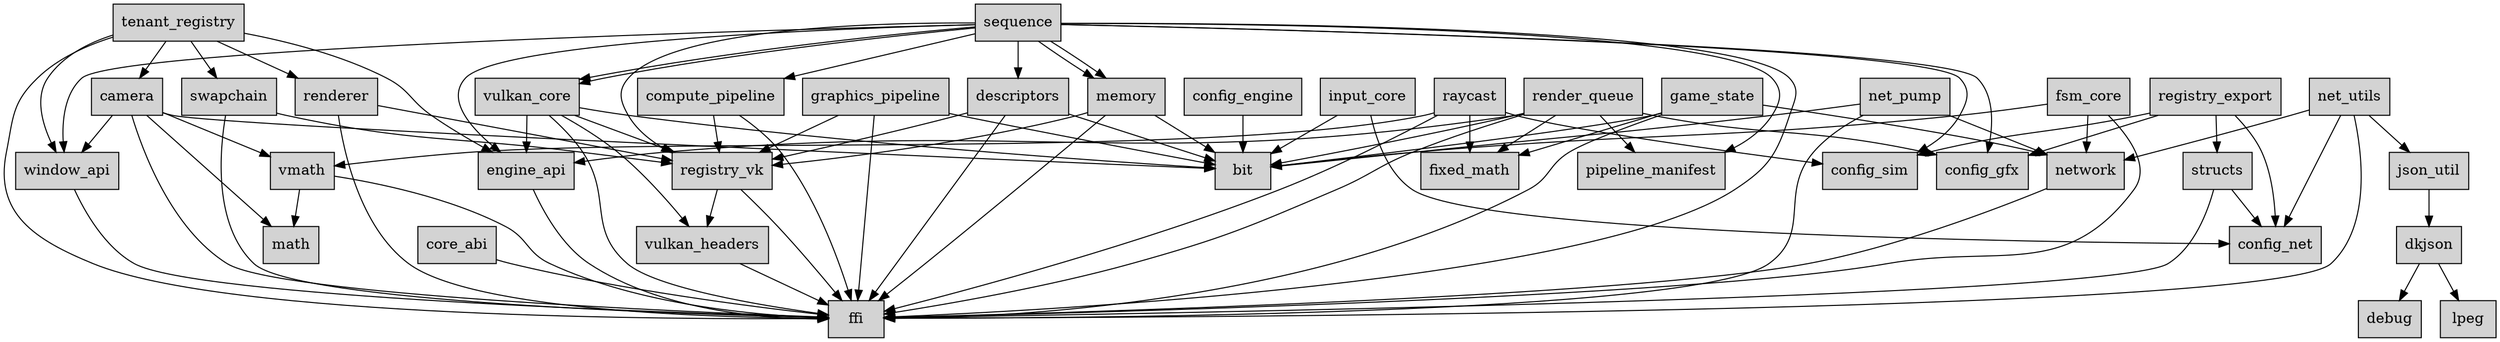
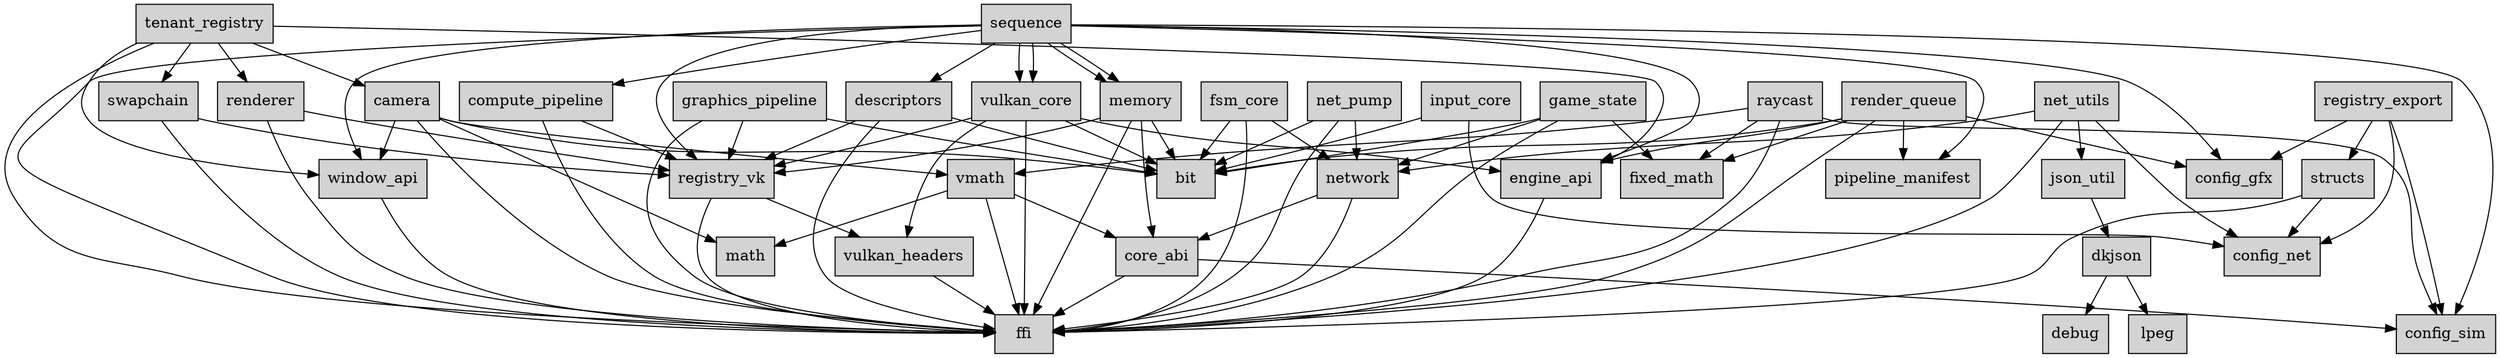
digraph WeaverEngine {
  node [shape=box, style=filled, fillcolor=lightgray];
  "json_util" -> "dkjson";
-   "game_state" -> "ffi";
-   "game_state" -> "bit";
-   "game_state" -> "network";
-   "game_state" -> "fixed_math";
-   "config_net";
-   "renderer" -> "ffi";
-   "renderer" -> "registry_vk";
-   "pipeline_manifest";
+   "structs" -> "ffi";
+   "structs" -> "config_net";
+   "compute_pipeline" -> "ffi";
+   "compute_pipeline" -> "registry_vk";
+   "config_sim";
+   "config_gfx";
+   "vulkan_headers" -> "ffi";
+   "vmath" -> "ffi";
+   "vmath" -> "math";
+   "vmath" -> "core_abi";
+   "input_core" -> "bit";
+   "input_core" -> "config_net";
+   "graphics_pipeline" -> "ffi";
+   "graphics_pipeline" -> "bit";
+   "graphics_pipeline" -> "registry_vk";
+   "swapchain" -> "ffi";
+   "swapchain" -> "registry_vk";
+   "registry_export" -> "structs";
+   "registry_export" -> "config_gfx";
+   "registry_export" -> "config_sim";
+   "registry_export" -> "config_net";
+   "engine_api" -> "ffi";
  "raycast" -> "ffi";
  "raycast" -> "vmath";
  "raycast" -> "fixed_math";
  "raycast" -> "config_sim";
-   "network" -> "ffi";
+   "fsm_core" -> "network";
+   "fsm_core" -> "bit";
+   "fsm_core" -> "ffi";
  "net_pump" -> "ffi";
  "net_pump" -> "bit";
  "net_pump" -> "network";
-   "compute_pipeline" -> "ffi";
-   "compute_pipeline" -> "registry_vk";
-   "input_core" -> "bit";
-   "input_core" -> "config_net";
-   "registry_vk" -> "ffi";
-   "registry_vk" -> "vulkan_headers";
-   "vulkan_core" -> "ffi";
-   "vulkan_core" -> "bit";
-   "vulkan_core" -> "vulkan_headers";
-   "vulkan_core" -> "registry_vk";
-   "vulkan_core" -> "engine_api";
-   "core_abi" -> "ffi";
-   "descriptors" -> "ffi";
-   "descriptors" -> "bit";
-   "descriptors" -> "registry_vk";
-   "swapchain" -> "ffi";
-   "swapchain" -> "registry_vk";
-   "graphics_pipeline" -> "ffi";
-   "graphics_pipeline" -> "bit";
-   "graphics_pipeline" -> "registry_vk";
-   "camera" -> "ffi";
-   "camera" -> "math";
-   "camera" -> "bit";
-   "camera" -> "vmath";
-   "camera" -> "window_api";
-   "config_gfx";
-   "dkjson" -> "debug";
-   "dkjson" -> "lpeg";
-   "structs" -> "ffi";
-   "structs" -> "config_net";
-   "window_api" -> "ffi";
-   "config_engine" -> "bit";
  "sequence" -> "ffi";
  "sequence" -> "registry_vk";
  "sequence" -> "pipeline_manifest";
  "sequence" -> "window_api";
  "sequence" -> "engine_api";
  "sequence" -> "config_gfx";
  "sequence" -> "config_sim";
  "sequence" -> "vulkan_core";
  "sequence" -> "vulkan_core";
  "sequence" -> "memory";
  "sequence" -> "descriptors";
  "sequence" -> "memory";
  "sequence" -> "compute_pipeline";
-   "memory" -> "ffi";
-   "memory" -> "bit";
-   "memory" -> "registry_vk";
-   "config_sim";
-   "fsm_core" -> "network";
-   "fsm_core" -> "bit";
-   "fsm_core" -> "ffi";
  "net_utils" -> "ffi";
  "net_utils" -> "json_util";
  "net_utils" -> "config_net";
  "net_utils" -> "network";
-   "registry_export" -> "structs";
-   "registry_export" -> "config_gfx";
-   "registry_export" -> "config_sim";
-   "registry_export" -> "config_net";
+   "camera" -> "ffi";
+   "camera" -> "math";
+   "camera" -> "bit";
+   "camera" -> "vmath";
+   "camera" -> "window_api";
  "fixed_math";
-   "vulkan_headers" -> "ffi";
-   "vmath" -> "ffi";
-   "vmath" -> "math";
-   "engine_api" -> "ffi";
+   "pipeline_manifest";
+   "renderer" -> "ffi";
+   "renderer" -> "registry_vk";
  "tenant_registry" -> "ffi";
  "tenant_registry" -> "window_api";
  "tenant_registry" -> "engine_api";
  "tenant_registry" -> "swapchain";
  "tenant_registry" -> "renderer";
  "tenant_registry" -> "camera";
+   "descriptors" -> "ffi";
+   "descriptors" -> "bit";
+   "descriptors" -> "registry_vk";
+   "registry_vk" -> "ffi";
+   "registry_vk" -> "vulkan_headers";
+   "game_state" -> "ffi";
+   "game_state" -> "bit";
+   "game_state" -> "network";
+   "game_state" -> "fixed_math";
+   "vulkan_core" -> "ffi";
+   "vulkan_core" -> "bit";
+   "vulkan_core" -> "vulkan_headers";
+   "vulkan_core" -> "registry_vk";
+   "vulkan_core" -> "engine_api";
+   "memory" -> "ffi";
+   "memory" -> "bit";
+   "memory" -> "core_abi";
+   "memory" -> "registry_vk";
  "render_queue" -> "ffi";
  "render_queue" -> "pipeline_manifest";
  "render_queue" -> "bit";
  "render_queue" -> "fixed_math";
  "render_queue" -> "engine_api";
  "render_queue" -> "config_gfx";
+   "dkjson" -> "debug";
+   "dkjson" -> "lpeg";
+   "core_abi" -> "ffi";
+   "core_abi" -> "config_sim";
+   "network" -> "ffi";
+   "network" -> "core_abi";
+   "config_net";
+   "window_api" -> "ffi";
}